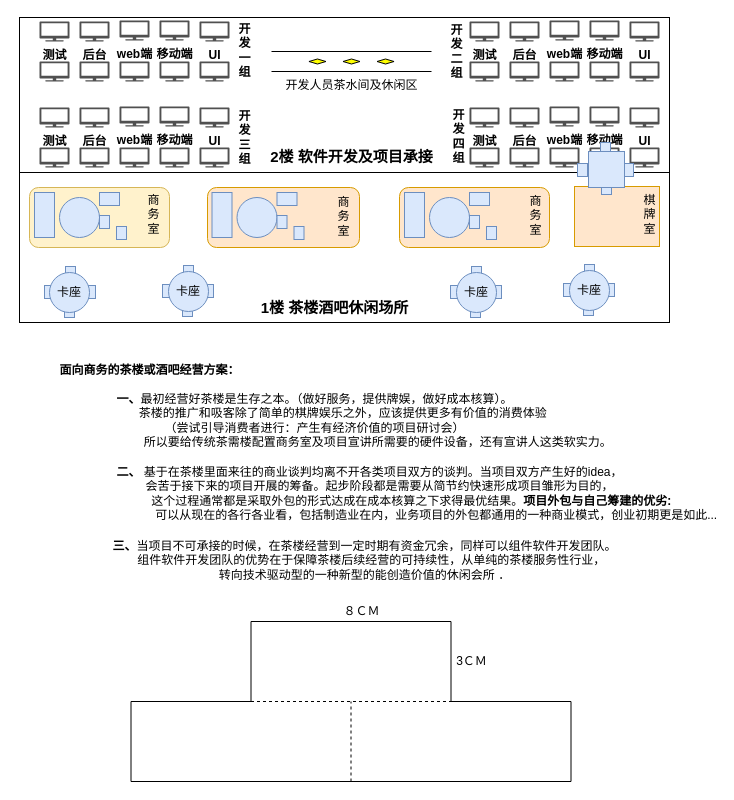
Before: 茶楼酒吧休闲场所.drawio in UTOUUCENTER-CD/draw.io, a draw.io diagram. Source tidied: cells renumbered, new cells numbered last; positions are measured from the earlier drawing's top-left corner, leaving out a move shared by most shapes. Both pictures are drawn from the tidied source at 100%, with x=0, y=0 at pixel (19, 17).
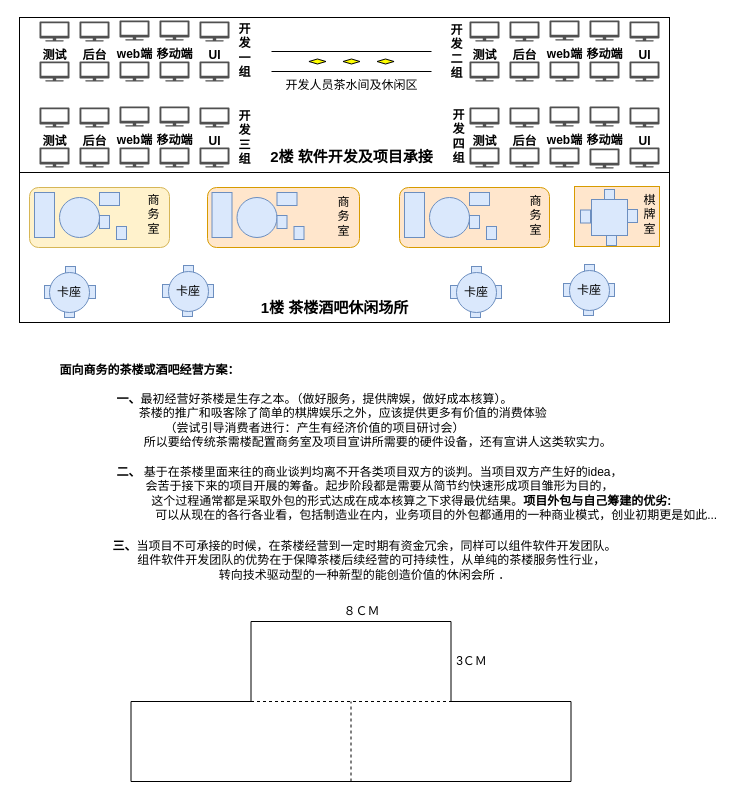
The same diagram, later.

Commit message:
更新茶楼酒吧休闲场所.drawio

Unchanged cells that the change refers to:
```xml
<mxCell id="5" style="group;" parent="1" vertex="1">
  <mxGeometry width="675" height="305" as="geometry" />
</mxCell>
```

What changed in the source:
```diff
@@
     <mxCell id="76" style="shadow=0;dashed=0;html=1;strokeColor=none;fillColor=#505050;labelPosition=center;verticalLabelPosition=bottom;verticalAlign=top;align=center;shape=mxgraph.office.devices.tv;" parent="5" vertex="1">
-      <mxGeometry x="570" y="130" width="30" height="20" as="geometry" />
+      <mxGeometry x="570" y="131" width="30" height="20" as="geometry" />
     </mxCell>
@@
+    <mxCell id="103" style="whiteSpace=wrap;html=1;fillColor=#dae8fc;strokeColor=#6c8ebf;" parent="5" vertex="1">
+      <mxGeometry x="572" y="182" width="36" height="36" as="geometry" />
+    </mxCell>
+    <mxCell id="100" style="rounded=0;whiteSpace=wrap;html=1;fillColor=#dae8fc;strokeColor=#6c8ebf;" parent="5" vertex="1">
+      <mxGeometry x="561" y="192.5" width="10" height="13" as="geometry" />
+    </mxCell>
@@
     <mxCell id="99" style="rounded=0;whiteSpace=wrap;html=1;fillColor=#dae8fc;strokeColor=#6c8ebf;" parent="1" vertex="1">
-      <mxGeometry x="604" y="146" width="10" height="13" as="geometry" />
+      <mxGeometry x="608" y="192" width="10" height="13" as="geometry" />
     </mxCell>
-    <mxCell id="100" style="rounded=0;whiteSpace=wrap;html=1;fillColor=#dae8fc;strokeColor=#6c8ebf;" parent="1" vertex="1">
-      <mxGeometry x="558" y="146" width="10" height="13" as="geometry" />
-    </mxCell>
     <mxCell id="101" style="rounded=0;whiteSpace=wrap;html=1;fillColor=#dae8fc;strokeColor=#6c8ebf;" parent="1" vertex="1">
-      <mxGeometry x="582" y="167" width="10" height="10" as="geometry" />
+      <mxGeometry x="585" y="172" width="10" height="10" as="geometry" />
     </mxCell>
     <mxCell id="102" style="rounded=0;whiteSpace=wrap;html=1;fillColor=#dae8fc;strokeColor=#6c8ebf;" parent="1" vertex="1">
-      <mxGeometry x="581" y="125" width="10" height="10" as="geometry" />
+      <mxGeometry x="587" y="218" width="10" height="10" as="geometry" />
     </mxCell>
-    <mxCell id="103" style="whiteSpace=wrap;html=1;fillColor=#dae8fc;strokeColor=#6c8ebf;" parent="1" vertex="1">
-      <mxGeometry x="569" y="134" width="36" height="36" as="geometry" />
-    </mxCell>
```
